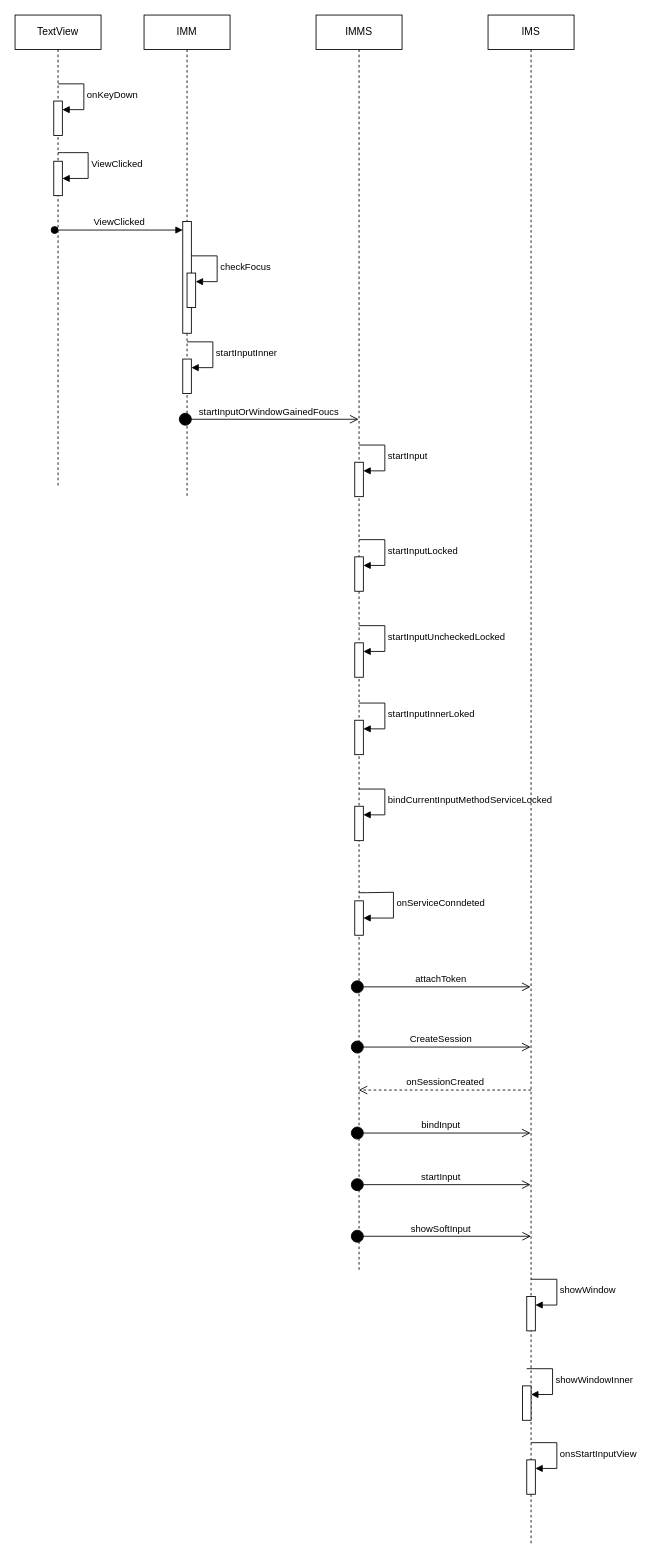
Earlier version of the draw.io diagram page "输入法拉起流程" (4 of 8) of AndroidIME.drawio (YHeng-wu/Note). Source tidied: cells renumbered, new cells numbered last; positions are measured from the earlier drawing's top-left corner, leaving out a move shared by most shapes. Both pictures are drawn from the tidied source at 86%, with x=0, y=0 at pixel (15, 15).
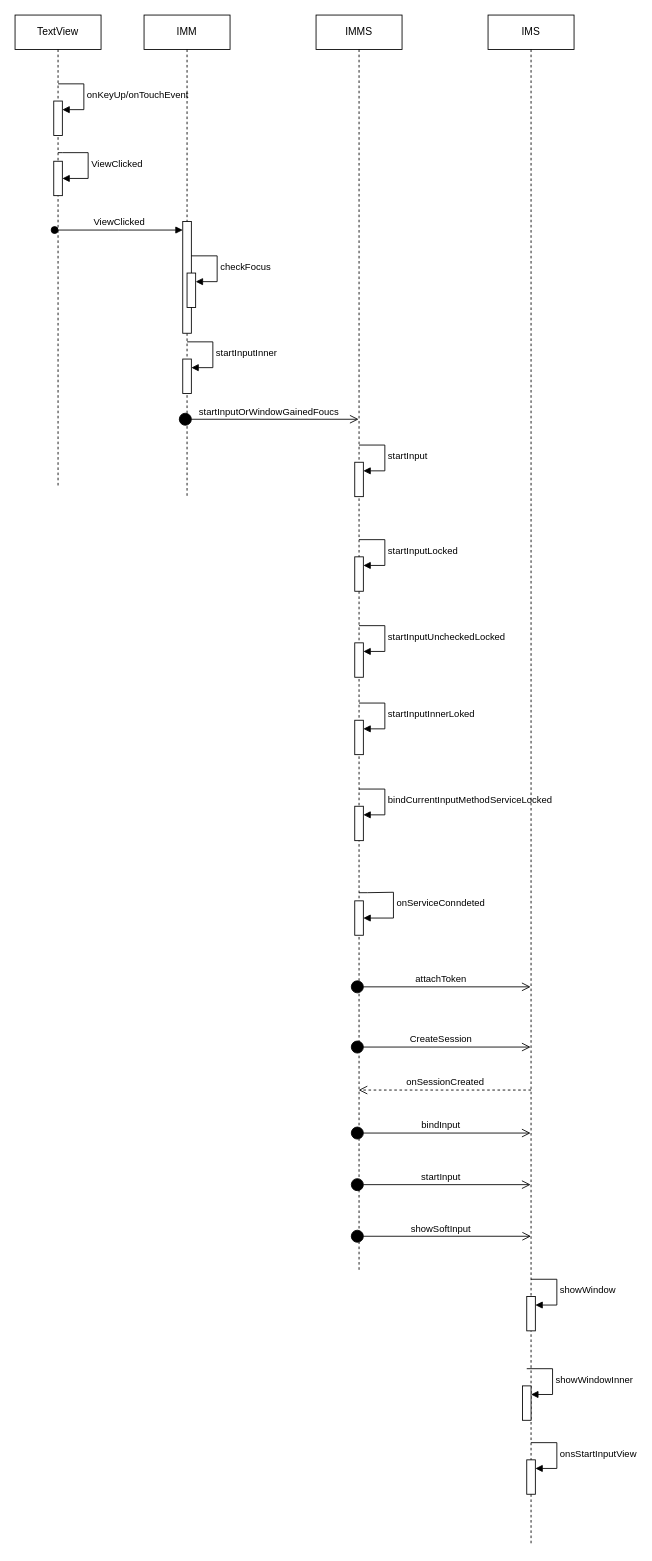
After the change.

The change refers to these unchanged cells:
```xml
<mxCell id="2" value="TextView" style="shape=umlLifeline;whiteSpace=wrap;html=1;newEdgeStyle={&quot;curved&quot;:0,&quot;rounded&quot;:0};perimeter=rectanglePerimeter;targetShapes=umlLifeline;participant=label;" parent="1" vertex="1">
  <mxGeometry width="100" height="550" as="geometry" />
</mxCell>
<mxCell id="3" style="html=1;points=[[0,0,0,0,5],[0,1,0,0,-5],[1,0,0,0,5],[1,1,0,0,-5]];perimeter=orthogonalPerimeter;outlineConnect=0;targetShapes=umlLifeline;portConstraint=eastwest;newEdgeStyle={&quot;curved&quot;:0,&quot;rounded&quot;:0};" parent="2" vertex="1">
  <mxGeometry x="45" y="100" width="10" height="40" as="geometry" />
</mxCell>
```

The edit, as a diff of the source:
```diff
@@
-    <mxCell id="4" value="onKeyDown" style="html=1;align=left;spacingLeft=2;endArrow=block;rounded=0;edgeStyle=orthogonalEdgeStyle;curved=0;rounded=0;" parent="2" edge="1" target="3">
+    <mxCell id="4" value="onKeyUp/onTouchEvent" style="html=1;align=left;spacingLeft=2;endArrow=block;rounded=0;edgeStyle=orthogonalEdgeStyle;curved=0;rounded=0;" parent="2" edge="1" target="3">
       <mxGeometry relative="1" as="geometry">
         <mxPoint x="50" y="80" as="sourcePoint" />
         <Array as="points">
           <mxPoint x="80" y="110" />
         </Array>
       </mxGeometry>
     </mxCell>
```
